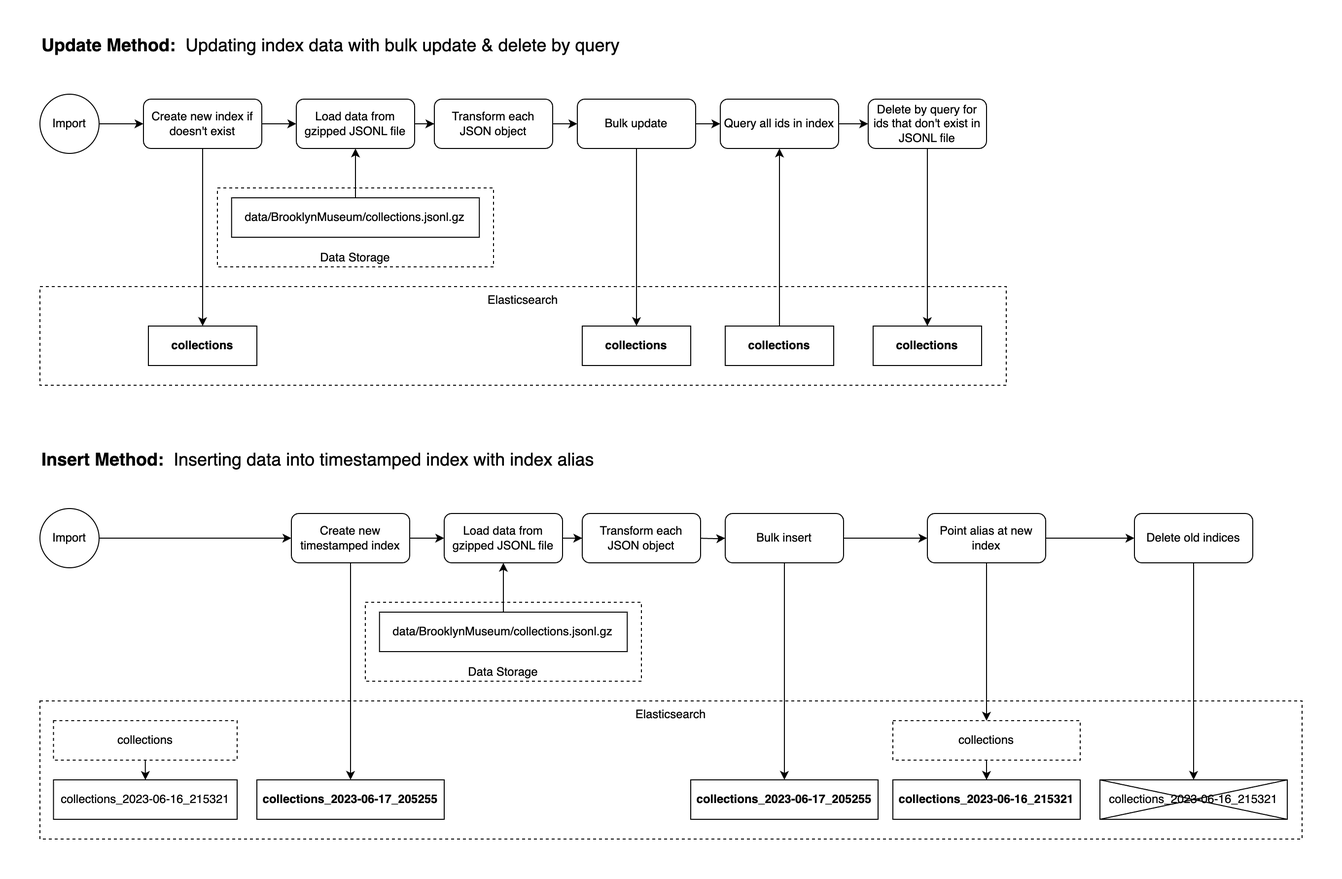
Before: doc/img/UpdateInsertIndex.png, a diagram exported from draw.io (derekphilipau/museum-nextjs-search). Source tidied: cells renumbered, new cells last; positions are measured from the earlier drawing's top-left corner, leaving out a move shared by most shapes.
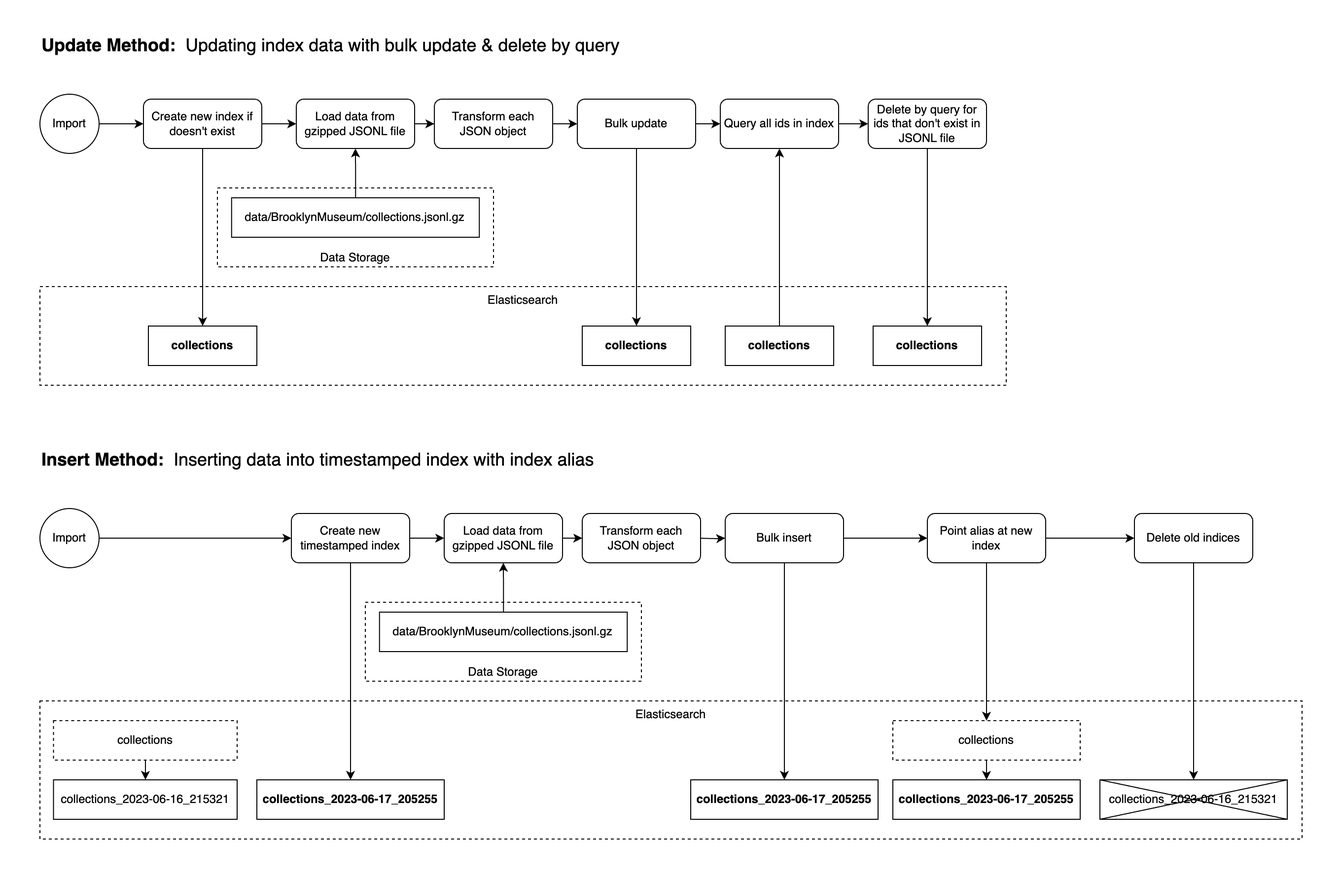
Later version of the same file.

Commit message:
typo in diagram

What changed in the source:
```diff
@@ -156,7 +156,7 @@
     <mxCell id="51" value="collections_2023-06-17_205255" style="rounded=0;whiteSpace=wrap;html=1;fontStyle=1;" parent="1" vertex="1">
       <mxGeometry x="700" y="790" width="190" height="40" as="geometry" />
     </mxCell>
-    <mxCell id="52" value="collections_2023-06-16_215321" style="rounded=0;whiteSpace=wrap;html=1;fontStyle=1;" parent="1" vertex="1">
+    <mxCell id="52" value="collections_2023-06-17_205255" style="rounded=0;whiteSpace=wrap;html=1;fontStyle=1;" parent="1" vertex="1">
       <mxGeometry x="905" y="790" width="190" height="40" as="geometry" />
     </mxCell>
     <mxCell id="53" style="edgeStyle=orthogonalEdgeStyle;rounded=0;jettySize=auto;html=1;" parent="1" edge="1" source="54" target="52">
```
